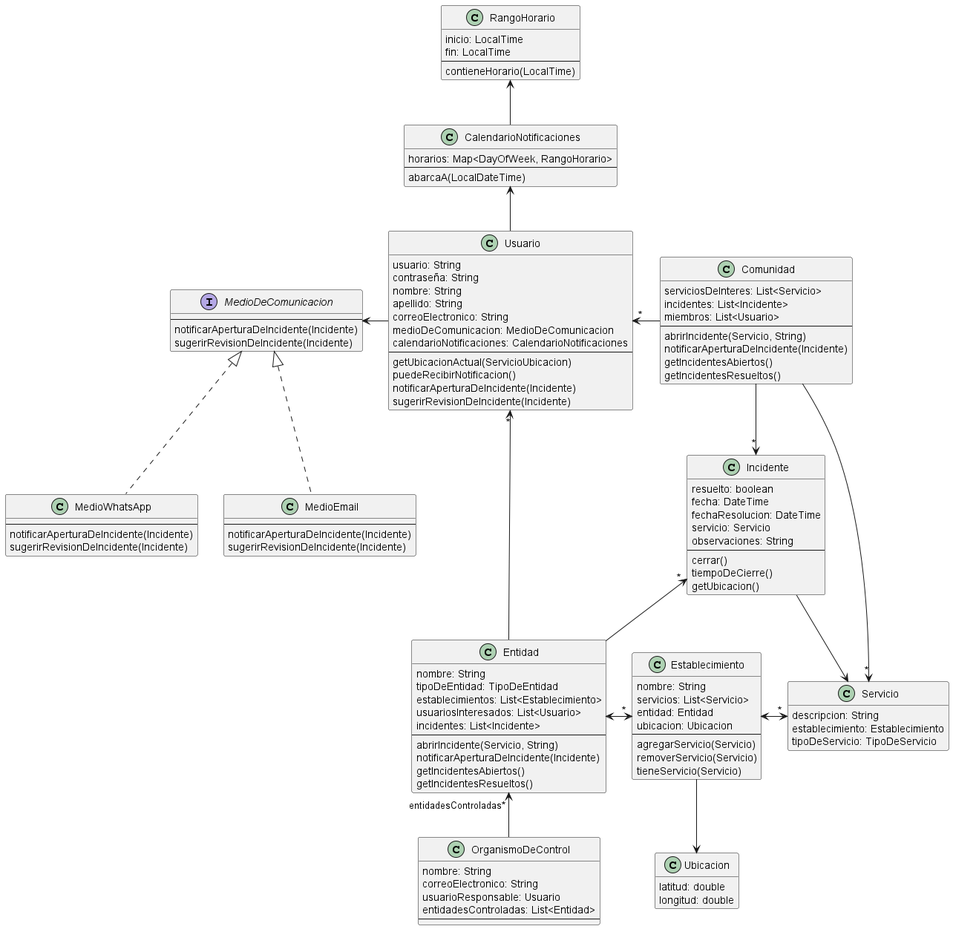
Earlier version of the PlantUML export docs/entrega-3/png/TPA3-Clases.png (ValenAquino/tp-dds-2023).
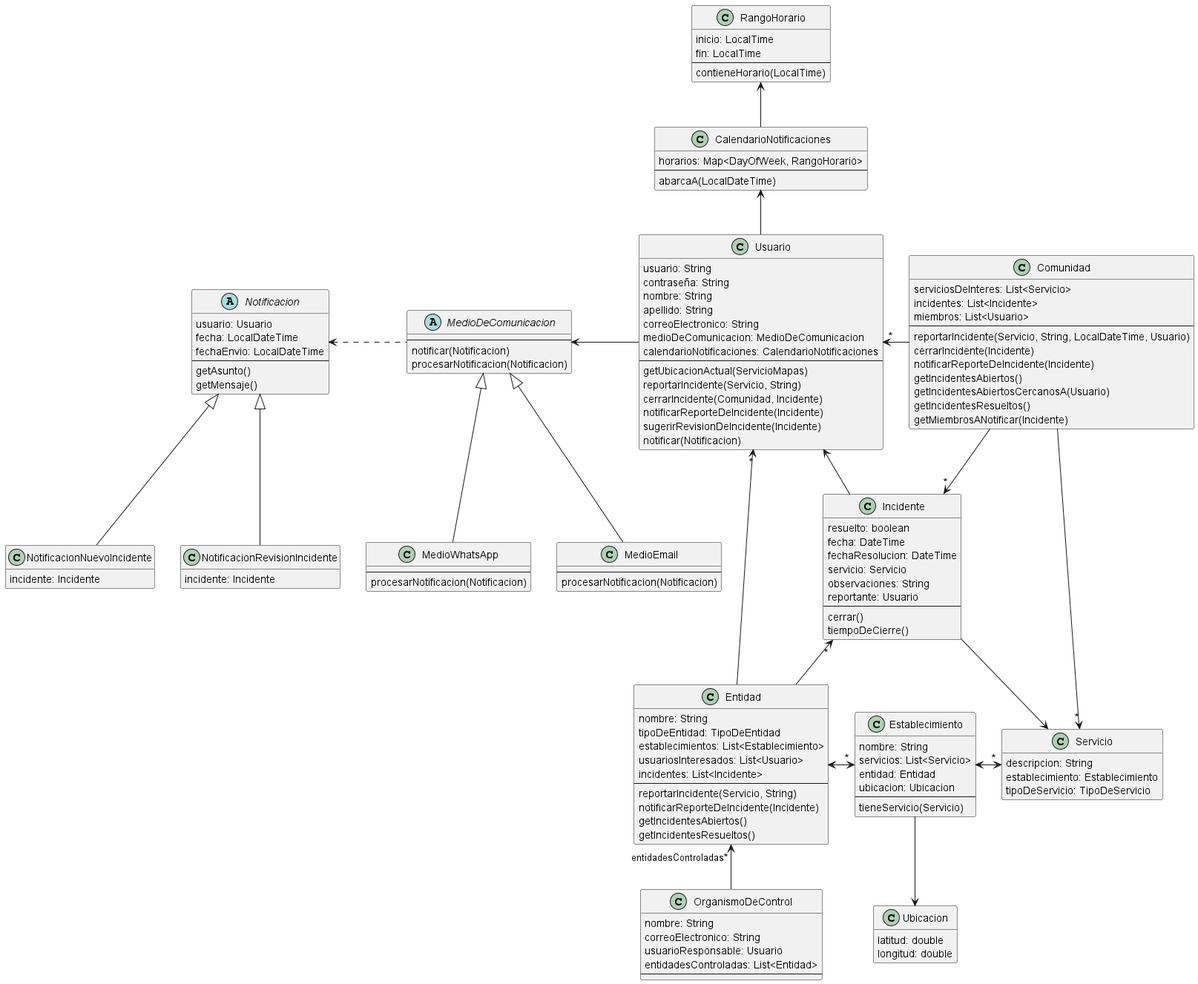
After the change.

Commit message:
docs(clases): actualizar diagrama de clases

What changed in the source:
```diff
@@ -9,8 +9,8 @@
   usuariosInteresados: List<Usuario>
   incidentes: List<Incidente>
   --
-  abrirIncidente(Servicio, String)
-  notificarAperturaDeIncidente(Incidente)
+  reportarIncidente(Servicio, String)
+  notificarReporteDeIncidente(Incidente)
   getIncidentesAbiertos()
   getIncidentesResueltos()
 }
@@ -25,8 +25,6 @@
   entidad: Entidad
   ubicacion: Ubicacion
   --
-  agregarServicio(Servicio)
-  removerServicio(Servicio)
   tieneServicio(Servicio)
 }
 
@@ -48,10 +46,12 @@
   medioDeComunicacion: MedioDeComunicacion
   calendarioNotificaciones: CalendarioNotificaciones
   --
-  getUbicacionActual(ServicioUbicacion)
-  puedeRecibirNotificacion()
-  notificarAperturaDeIncidente(Incidente)
+  getUbicacionActual(ServicioMapas)
+  reportarIncidente(Servicio, String)
+  cerrarIncidente(Comunidad, Incidente)
+  notificarReporteDeIncidente(Incidente)
   sugerirRevisionDeIncidente(Incidente)
+  notificar(Notificacion)
 }
 
 Usuario -l-> MedioDeComunicacion
@@ -72,33 +72,53 @@
   contieneHorario(LocalTime)
 }
 
-interface MedioDeComunicacion {
+abstract MedioDeComunicacion {
   --
-  notificarAperturaDeIncidente(Incidente)
-  sugerirRevisionDeIncidente(Incidente)
+  notificar(Notificacion)
+  procesarNotificacion(Notificacion)
 }
 
-class MedioWhatsApp implements MedioDeComunicacion {
+class MedioWhatsApp extends MedioDeComunicacion {
   --
-  notificarAperturaDeIncidente(Incidente)
-  sugerirRevisionDeIncidente(Incidente)
+  procesarNotificacion(Notificacion)
 }
 
-class MedioEmail implements MedioDeComunicacion {
+class MedioEmail extends MedioDeComunicacion {
   --
-  notificarAperturaDeIncidente(Incidente)
-  sugerirRevisionDeIncidente(Incidente)
+  procesarNotificacion(Notificacion)
 }
+
+abstract Notificacion {
+  usuario: Usuario
+  fecha: LocalDateTime
+  fechaEnvio: LocalDateTime
+  --
+  getAsunto()
+  getMensaje()
+}
+
+class NotificacionNuevoIncidente extends Notificacion {
+  incidente: Incidente
+}
+
+class NotificacionRevisionIncidente extends Notificacion {
+  incidente: Incidente
+}
+
+MedioDeComunicacion .l.> Notificacion
 
 class Comunidad {
   serviciosDeInteres: List<Servicio>
   incidentes: List<Incidente>
   miembros: List<Usuario>
   --
-  abrirIncidente(Servicio, String)
-  notificarAperturaDeIncidente(Incidente)
+  reportarIncidente(Servicio, String, LocalDateTime, Usuario)
+  cerrarIncidente(Incidente)
+  notificarReporteDeIncidente(Incidente)
   getIncidentesAbiertos()
+  getIncidentesAbiertosCercanosA(Usuario)
   getIncidentesResueltos()
+  getMiembrosANotificar(Incidente)
 }
 
 Comunidad ->"*" Servicio
@@ -111,13 +131,14 @@
   fechaResolucion: DateTime
   servicio: Servicio
   observaciones: String
+  reportante: Usuario
   --
   cerrar()
   tiempoDeCierre()
-  getUbicacion()
 }
 
 Incidente -> Servicio
+Incidente -l-> Usuario
 
 class Ubicacion {
   latitud: double
```
